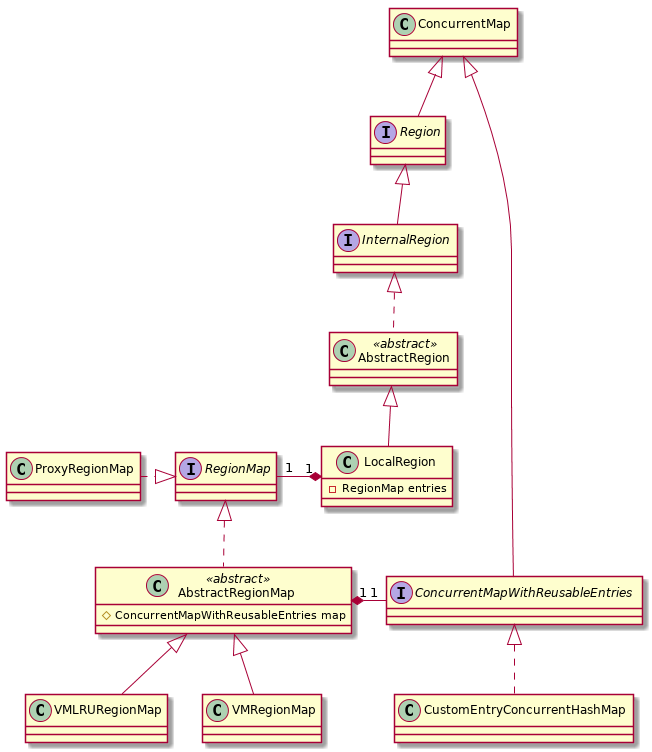
alb3rtobr/geode-uml keeps this PlantUML diagram as uml/Region-UML.png. Above is the earlier version.
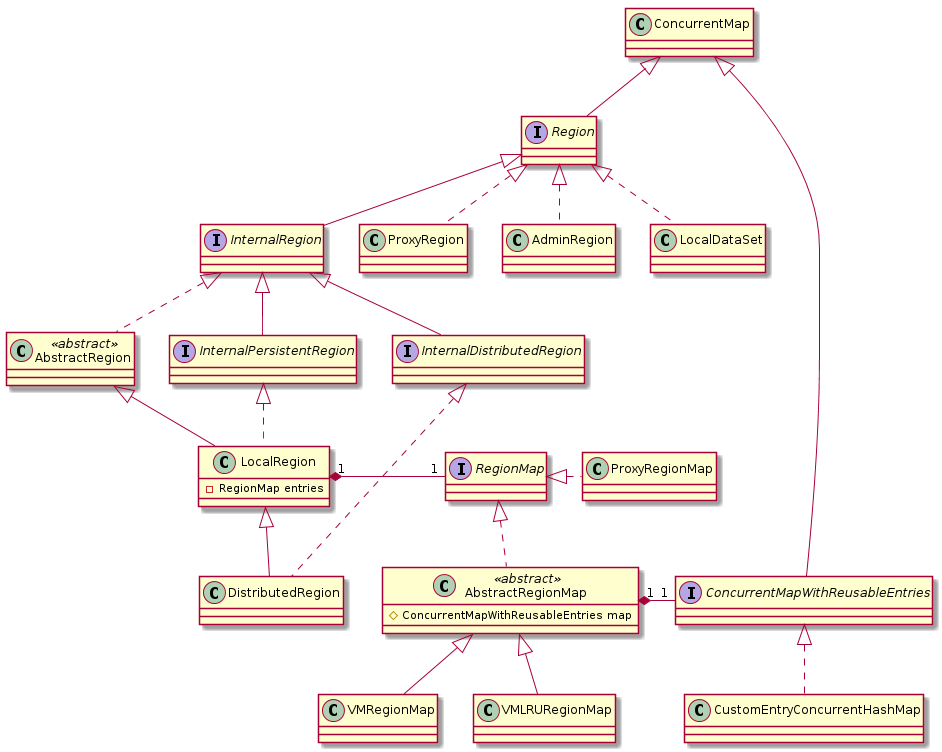
Later version of the same file.

Commit message:
Update Region-UML.*

Change to the diagram source:
```diff
@@ -4,10 +4,22 @@
 
 
 ConcurrentMap <|-- Region
+Region <|.. ProxyRegion
+Region <|.. AdminRegion
+Region <|.. LocalDataSet
 Region <|-- InternalRegion
+
+interface InternalDistributedRegion
+interface InternalPersistentRegion
 class AbstractRegion <<abstract>>
+InternalRegion <|-- InternalDistributedRegion
+InternalRegion <|-- InternalPersistentRegion
+
 InternalRegion <|.. AbstractRegion
 AbstractRegion <|-- LocalRegion
+LocalRegion <|-- DistributedRegion
+InternalPersistentRegion <|.. LocalRegion
+InternalDistributedRegion <|.. DistributedRegion
 
 interface RegionMap
 
@@ -15,7 +27,7 @@
 
 class AbstractRegionMap <<abstract>>
 RegionMap <|.. AbstractRegionMap
-RegionMap <|.left.. ProxyRegionMap
+RegionMap <|..right... ProxyRegionMap
 
 AbstractRegionMap "1" *-right- "1" ConcurrentMapWithReusableEntries
 interface ConcurrentMapWithReusableEntries
@@ -33,5 +45,4 @@
 class AbstractRegionMap {
   #ConcurrentMapWithReusableEntries map
 }
-
 @enduml
```
